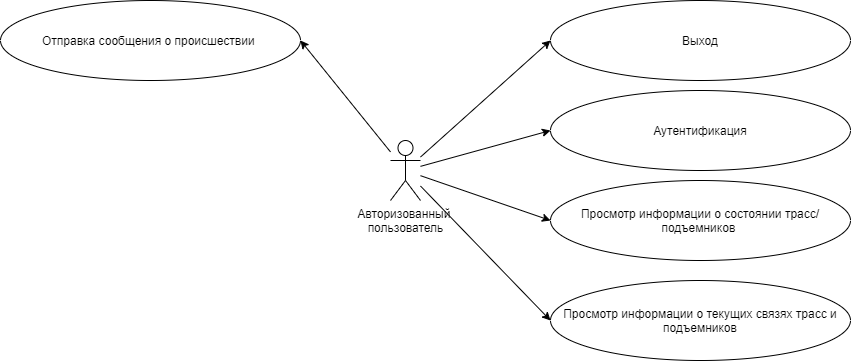
This is docs/imgs/use_case/use-case2.png from alena-zayts/BMSTU_6sem_software_design, a draw.io export, as it was before one commit. Source tidied: cells renumbered, new cells last; positions are measured from the earlier drawing's top-left corner, leaving out a move shared by most shapes.
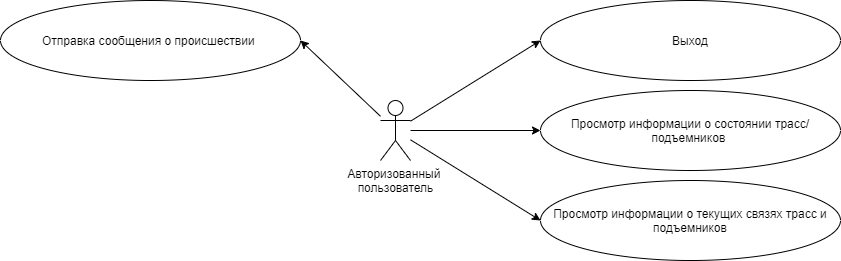
After the change.

Diff of the diagram source:
```diff
@@ -8,9 +8,6 @@
     <mxCell id="3" style="edgeStyle=none;rounded=0;jettySize=auto;html=1;entryX=1;entryY=0.5;entryDx=0;entryDy=0;" parent="1" edge="1" source="7" target="8">
       <mxGeometry relative="1" as="geometry" />
     </mxCell>
-    <mxCell id="4" style="edgeStyle=none;rounded=0;jettySize=auto;html=1;entryX=0;entryY=0.5;entryDx=0;entryDy=0;" parent="1" edge="1" source="7" target="10">
-      <mxGeometry relative="1" as="geometry" />
-    </mxCell>
     <mxCell id="5" style="edgeStyle=none;rounded=0;jettySize=auto;html=1;entryX=0;entryY=0.5;entryDx=0;entryDy=0;" parent="1" edge="1" source="7" target="11">
       <mxGeometry relative="1" as="geometry" />
     </mxCell>
@@ -21,19 +18,16 @@
       <mxGeometry x="390" y="140" width="30" height="60" as="geometry" />
     </mxCell>
     <mxCell id="8" value="Отправка сообщения о происшествии&amp;nbsp;" style="ellipse;whiteSpace=wrap;html=1;" parent="1" vertex="1">
-      <mxGeometry width="300" height="80" as="geometry" />
+      <mxGeometry x="10" y="40" width="300" height="80" as="geometry" />
     </mxCell>
     <mxCell id="9" value="Выход" style="ellipse;whiteSpace=wrap;html=1;" parent="1" vertex="1">
-      <mxGeometry x="550" width="300" height="80" as="geometry" />
+      <mxGeometry x="550" y="40" width="300" height="80" as="geometry" />
     </mxCell>
-    <mxCell id="10" value="Аутентификация" style="ellipse;whiteSpace=wrap;html=1;" parent="1" vertex="1">
-      <mxGeometry x="550" y="90" width="300" height="80" as="geometry" />
-    </mxCell>
     <mxCell id="11" value="Просмотр информации о состоянии трасс/подъемников&amp;nbsp;" style="ellipse;whiteSpace=wrap;html=1;" parent="1" vertex="1">
-      <mxGeometry x="550" y="180" width="300" height="80" as="geometry" />
+      <mxGeometry x="550" y="130" width="300" height="80" as="geometry" />
     </mxCell>
     <mxCell id="12" value="Просмотр информации о текущих связях трасс и подъемников" style="ellipse;whiteSpace=wrap;html=1;" parent="1" vertex="1">
-      <mxGeometry x="550" y="280" width="300" height="80" as="geometry" />
+      <mxGeometry x="550" y="220" width="300" height="80" as="geometry" />
     </mxCell>
   </root>
 </mxGraphModel>
```
